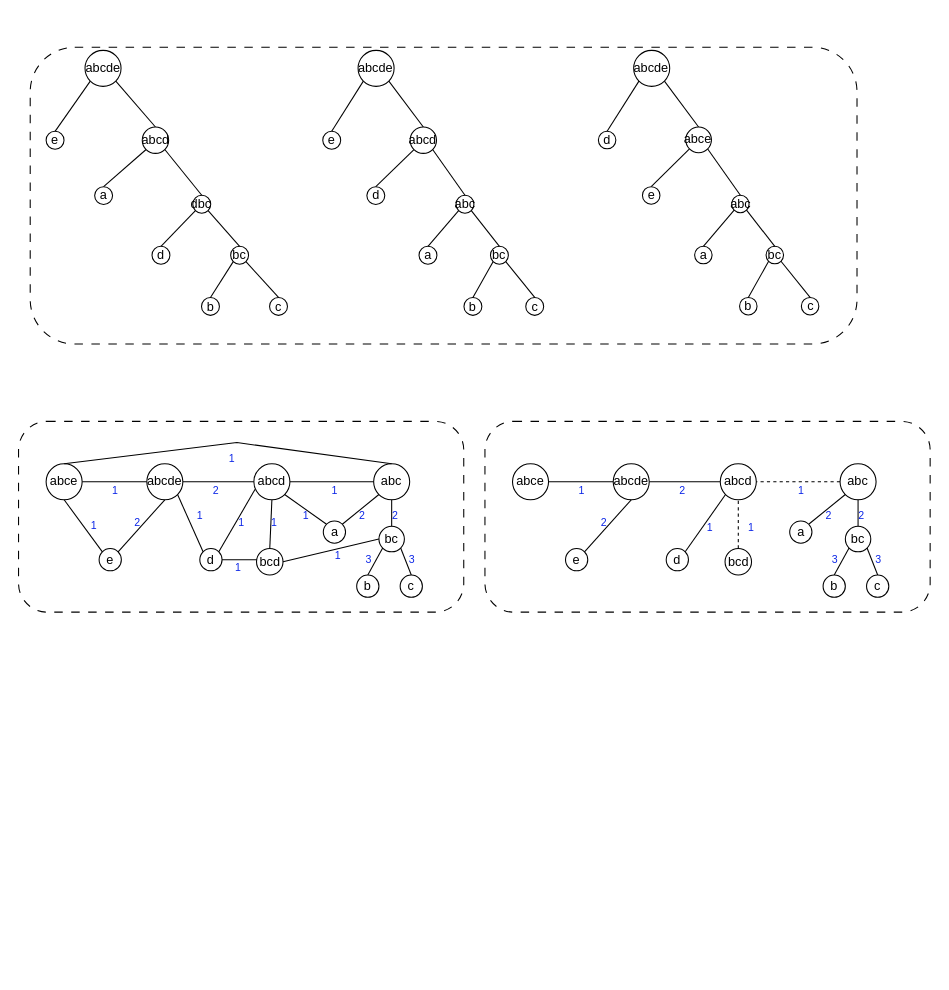
tahiri-lab/PrismTree keeps this draw.io diagram as img/Fig_degree.drawio. Above is the earlier version. Source tidied: cells renumbered, new cells numbered last; positions are measured from the earlier drawing's top-left corner, leaving out a move shared by most shapes. Both pictures are drawn from the tidied source at 106%, with x=0, y=0 at pixel (18, 47).
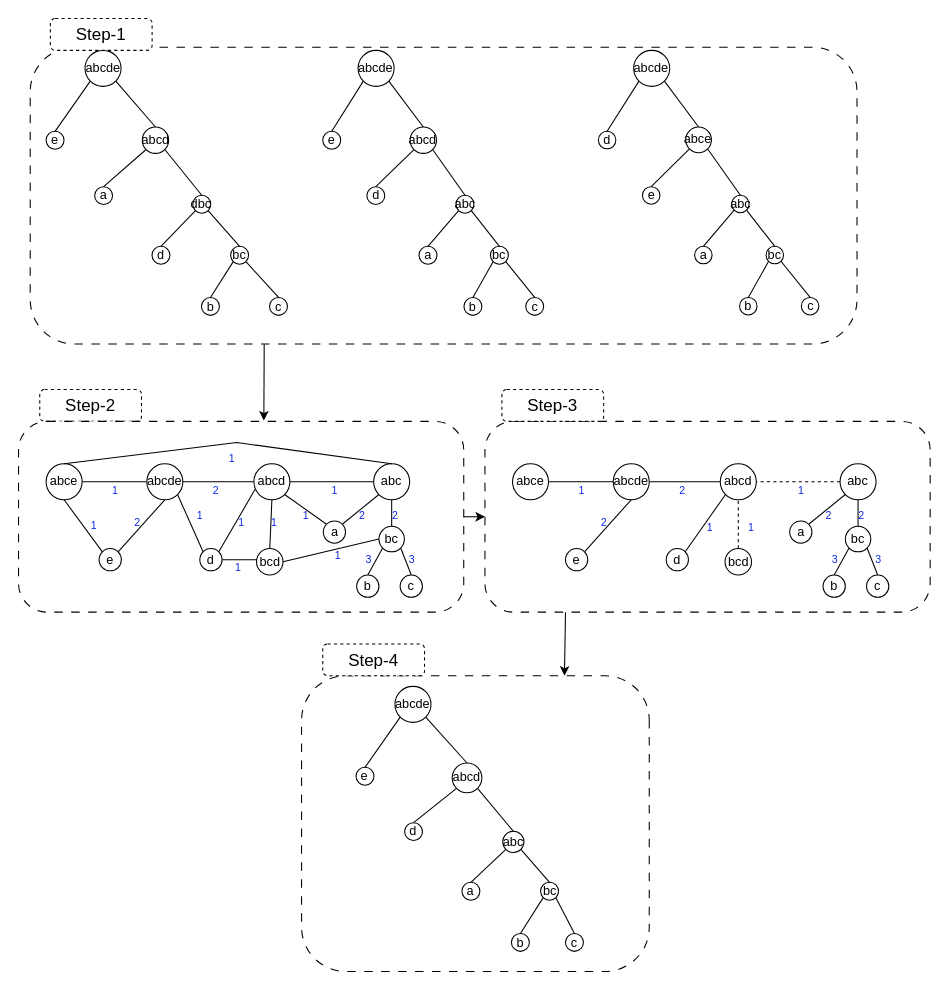
Above is the later version.

Unchanged cells that the change refers to:
```xml
<mxCell id="3" style="rounded=1;whiteSpace=wrap;html=1;dashed=1;dashPattern=8 8;" parent="2" vertex="1">
  <mxGeometry x="-276" y="-2.9" width="780" height="280" as="geometry" />
</mxCell>
<mxCell id="40" style="rounded=1;whiteSpace=wrap;html=1;dashed=1;dashPattern=8 8;" parent="39" vertex="1">
  <mxGeometry x="-6" width="420" height="180" as="geometry" />
</mxCell>
<mxCell id="84" style="rounded=1;whiteSpace=wrap;html=1;dashed=1;dashPattern=8 8;" parent="1" vertex="1">
  <mxGeometry x="440" y="353" width="420" height="180" as="geometry" />
</mxCell>
```

Change to the diagram source:
```diff
@@
+    <mxCell id="134" value="&lt;font style=&quot;font-size: 16px;&quot;&gt;Step-2&lt;/font&gt;" style="rounded=1;whiteSpace=wrap;html=1;dashed=1;" parent="1" vertex="1">
+      <mxGeometry x="20" y="323" width="96" height="30" as="geometry" />
+    </mxCell>
+    <mxCell id="135" style="rounded=1;whiteSpace=wrap;html=1;direction=south;dashed=1;dashPattern=8 8;" parent="1" vertex="1">
+      <mxGeometry x="267" y="593" width="328" height="279" as="geometry" />
+    </mxCell>
@@
+    <mxCell id="136" style="group;" parent="1" vertex="1">
+      <mxGeometry x="318.4" y="603" width="227.6" height="250" as="geometry" />
+    </mxCell>
+    <mxCell id="137" value="bc" style="ellipse;whiteSpace=wrap;html=1;fontStyle=0;" parent="136" vertex="1">
+      <mxGeometry x="174.1" y="184.9" width="16.9" height="16.9" as="geometry" />
+    </mxCell>
+    <mxCell id="138" value="abc" style="ellipse;whiteSpace=wrap;html=1;fontStyle=0;" parent="136" vertex="1">
+      <mxGeometry x="138.4" y="136.7" width="20" height="20" as="geometry" />
+    </mxCell>
+    <mxCell id="139" style="endArrow=none;html=1;rounded=0;exitX=0.5;exitY=0;exitDx=0;exitDy=0;entryX=1;entryY=1;entryDx=0;entryDy=0;fontStyle=0;" parent="136" edge="1" source="149" target="151">
+      <mxGeometry relative="1" as="geometry" />
+    </mxCell>
+    <mxCell id="140" style="endArrow=none;html=1;rounded=0;exitX=0.5;exitY=0;exitDx=0;exitDy=0;entryX=0;entryY=1;entryDx=0;entryDy=0;fontStyle=0;" parent="136" edge="1" source="148" target="149">
+      <mxGeometry relative="1" as="geometry" />
+    </mxCell>
+    <mxCell id="141" style="endArrow=none;html=1;rounded=0;exitX=0.5;exitY=0;exitDx=0;exitDy=0;entryX=0;entryY=1;entryDx=0;entryDy=0;fontStyle=0;" parent="136" edge="1" source="145" target="138">
+      <mxGeometry relative="1" as="geometry" />
+    </mxCell>
+    <mxCell id="142" style="endArrow=none;html=1;rounded=0;exitX=0.5;exitY=0;exitDx=0;exitDy=0;entryX=0;entryY=1;entryDx=0;entryDy=0;fontStyle=0;" parent="136" edge="1" source="150" target="151">
+      <mxGeometry relative="1" as="geometry" />
+    </mxCell>
+    <mxCell id="143" style="endArrow=none;html=1;rounded=0;entryX=0;entryY=1;entryDx=0;entryDy=0;exitX=0.5;exitY=0;exitDx=0;exitDy=0;fontStyle=0;" parent="136" edge="1" source="146" target="137">
+      <mxGeometry relative="1" as="geometry" />
+    </mxCell>
+    <mxCell id="144" style="endArrow=none;html=1;rounded=0;entryX=1;entryY=1;entryDx=0;entryDy=0;exitX=0.5;exitY=0;exitDx=0;exitDy=0;fontStyle=0;" parent="136" edge="1" source="147" target="137">
+      <mxGeometry relative="1" as="geometry" />
+    </mxCell>
+    <mxCell id="145" value="&lt;font style=&quot;font-size: 12px;&quot;&gt;a&lt;/font&gt;" style="ellipse;whiteSpace=wrap;html=1;fontStyle=0;" parent="136" vertex="1">
+      <mxGeometry x="99.9" y="184.9" width="16.9" height="16.9" as="geometry" />
+    </mxCell>
+    <mxCell id="146" value="&lt;font style=&quot;font-size: 12px;&quot;&gt;b&lt;/font&gt;" style="ellipse;whiteSpace=wrap;html=1;fontStyle=0;" parent="136" vertex="1">
+      <mxGeometry x="146.6" y="233.1" width="16.9" height="16.9" as="geometry" />
+    </mxCell>
+    <mxCell id="147" value="&lt;font style=&quot;font-size: 12px;&quot;&gt;c&lt;/font&gt;" style="ellipse;whiteSpace=wrap;html=1;fontStyle=0;" parent="136" vertex="1">
+      <mxGeometry x="197.6" y="233.1" width="16.9" height="16.9" as="geometry" />
+    </mxCell>
+    <mxCell id="148" value="d" style="ellipse;whiteSpace=wrap;html=1;fontStyle=0;" parent="136" vertex="1">
+      <mxGeometry x="45.8" y="128.6" width="16.9" height="16.9" as="geometry" />
+    </mxCell>
+    <mxCell id="149" value="abcd" style="ellipse;whiteSpace=wrap;html=1;fontStyle=0;" parent="136" vertex="1">
+      <mxGeometry x="90.7" y="72.3" width="28" height="28" as="geometry" />
+    </mxCell>
+    <mxCell id="150" value="&lt;font style=&quot;font-size: 12px;&quot;&gt;e&lt;/font&gt;" style="ellipse;whiteSpace=wrap;html=1;fontStyle=0;" parent="136" vertex="1">
+      <mxGeometry y="76.4" width="16.9" height="16.9" as="geometry" />
+    </mxCell>
+    <mxCell id="151" value="&lt;font style=&quot;font-size: 12px;&quot;&gt;abcde&lt;/font&gt;" style="ellipse;whiteSpace=wrap;html=1;fontStyle=0;" parent="136" vertex="1">
+      <mxGeometry x="36.7" width="34" height="34" as="geometry" />
+    </mxCell>
+    <mxCell id="152" style="endArrow=none;html=1;rounded=0;entryX=1;entryY=1;entryDx=0;entryDy=0;exitX=0.5;exitY=0;exitDx=0;exitDy=0;fontStyle=0;" parent="136" edge="1" source="138" target="149">
+      <mxGeometry relative="1" as="geometry" />
+    </mxCell>
+    <mxCell id="153" style="endArrow=none;html=1;rounded=0;entryX=1;entryY=1;entryDx=0;entryDy=0;exitX=0.5;exitY=0;exitDx=0;exitDy=0;fontStyle=0;" parent="136" edge="1" source="137" target="138">
+      <mxGeometry relative="1" as="geometry" />
+    </mxCell>
+    <mxCell id="154" value="&lt;font style=&quot;font-size: 16px;&quot;&gt;Step-1&lt;/font&gt;" style="rounded=1;whiteSpace=wrap;html=1;dashed=1;" parent="1" vertex="1">
+      <mxGeometry x="30" y="-27" width="96" height="30" as="geometry" />
+    </mxCell>
+    <mxCell id="155" value="&lt;font style=&quot;font-size: 16px;&quot;&gt;Step-3&lt;/font&gt;" style="rounded=1;whiteSpace=wrap;html=1;dashed=1;" parent="1" vertex="1">
+      <mxGeometry x="456" y="323" width="96" height="30" as="geometry" />
+    </mxCell>
+    <mxCell id="156" value="&lt;font style=&quot;font-size: 16px;&quot;&gt;Step-4&lt;/font&gt;" style="rounded=1;whiteSpace=wrap;html=1;dashed=1;" parent="1" vertex="1">
+      <mxGeometry x="287" y="563" width="96" height="30" as="geometry" />
+    </mxCell>
+    <mxCell id="157" style="endArrow=classic;html=1;rounded=0;exitX=0.283;exitY=1.001;exitDx=0;exitDy=0;exitPerimeter=0;entryX=0.551;entryY=-0.004;entryDx=0;entryDy=0;entryPerimeter=0;" parent="1" edge="1" source="3" target="40">
+      <mxGeometry relative="1" as="geometry" />
+    </mxCell>
+    <mxCell id="158" style="endArrow=classic;html=1;rounded=0;exitX=0.283;exitY=1.001;exitDx=0;exitDy=0;exitPerimeter=0;" parent="1" edge="1">
+      <mxGeometry relative="1" as="geometry">
+        <mxPoint x="516" y="533" as="sourcePoint" />
+        <mxPoint x="515" y="593" as="targetPoint" />
+      </mxGeometry>
+    </mxCell>
+    <mxCell id="159" style="endArrow=classic;html=1;rounded=0;entryX=0;entryY=0.5;entryDx=0;entryDy=0;exitX=1;exitY=0.5;exitDx=0;exitDy=0;" parent="1" edge="1" source="40" target="84">
+      <mxGeometry relative="1" as="geometry" />
+    </mxCell>
```
